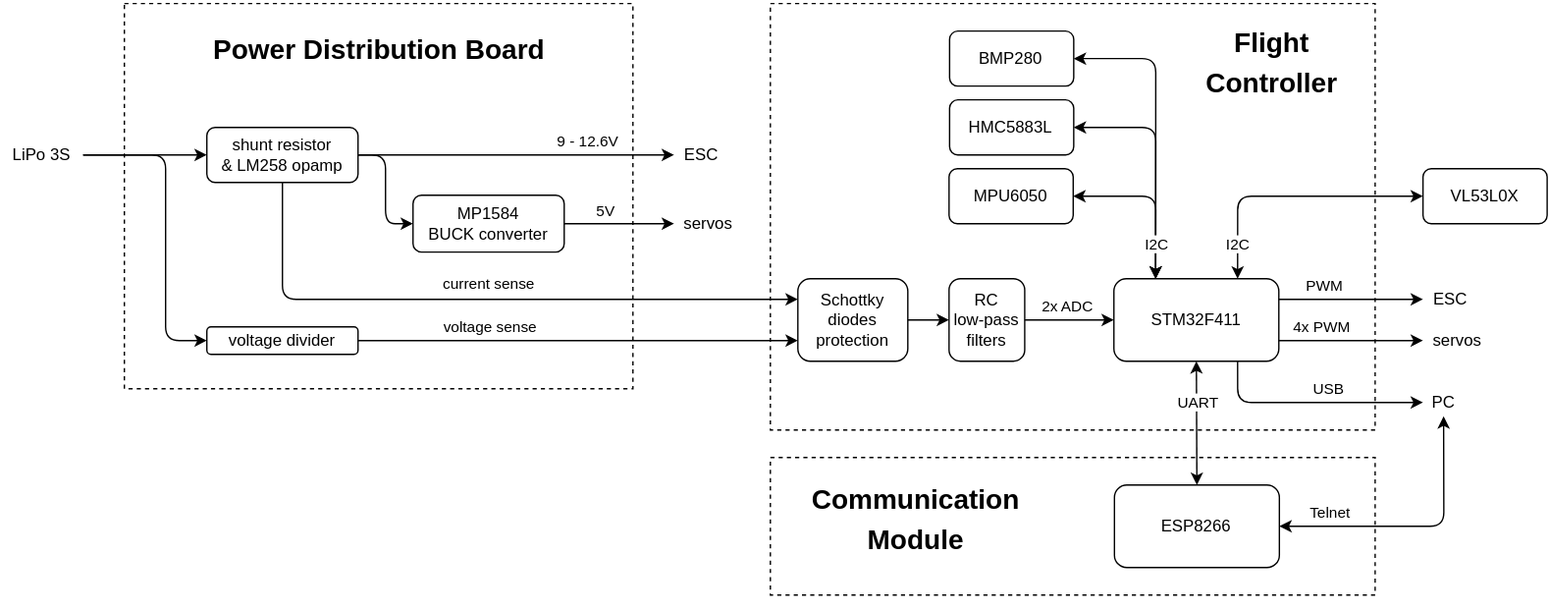
Eryk-Mozdzen/uav-tvc-goose keeps this draw.io diagram as docs/electronics_diagram.drawio.svg. Above is the earlier version. Source tidied: cells renumbered, new cells last; positions are measured from the earlier drawing's top-left corner, leaving out a move shared by most shapes.
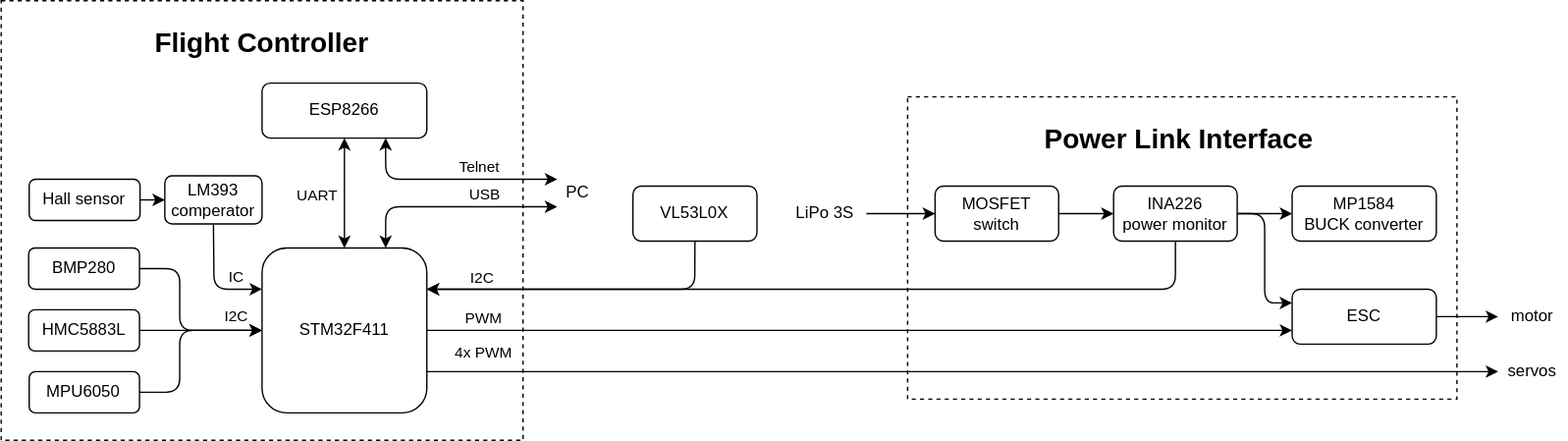
After the commit.

Change to the diagram source:
```diff
@@ -3,229 +3,194 @@
     <mxCell id="0" />
     <mxCell id="1" parent="0" />
     <mxCell id="2" style="rounded=0;whiteSpace=wrap;html=1;dashed=1;" parent="1" vertex="1">
-      <mxGeometry x="90" width="370" height="280" as="geometry" />
+      <mxGeometry x="500" y="170" width="400" height="220" as="geometry" />
     </mxCell>
     <mxCell id="3" style="rounded=0;whiteSpace=wrap;html=1;dashed=1;" parent="1" vertex="1">
-      <mxGeometry x="560" width="440" height="310" as="geometry" />
+      <mxGeometry x="-160" y="100" width="380" height="320" as="geometry" />
     </mxCell>
-    <mxCell id="4" style="rounded=0;whiteSpace=wrap;html=1;dashed=1;" parent="1" vertex="1">
-      <mxGeometry x="560" y="330" width="440" height="100" as="geometry" />
-    </mxCell>
     <mxCell id="5" value="STM32F411" style="rounded=1;whiteSpace=wrap;html=1;" parent="1" vertex="1">
-      <mxGeometry x="809.9" y="200" width="120" height="60" as="geometry" />
+      <mxGeometry x="29.9" y="280" width="120" height="120" as="geometry" />
     </mxCell>
     <mxCell id="6" value="ESP8266" style="rounded=1;whiteSpace=wrap;html=1;" parent="1" vertex="1">
-      <mxGeometry x="810.3" y="350" width="120" height="60" as="geometry" />
+      <mxGeometry x="29.9" y="160" width="120" height="40" as="geometry" />
     </mxCell>
-    <mxCell id="7" style="endArrow=classic;html=1;entryX=0;entryY=0.5;entryDx=0;entryDy=0;exitX=1;exitY=0.5;exitDx=0;exitDy=0;" parent="1" edge="1" source="28" target="26">
+    <mxCell id="7" style="endArrow=classic;html=1;exitX=1;exitY=0.5;exitDx=0;exitDy=0;entryX=0;entryY=0.5;entryDx=0;entryDy=0;" parent="1" edge="1" source="28" target="22">
       <mxGeometry relative="1" as="geometry" />
     </mxCell>
-    <mxCell id="8" value="9 - 12.6V" style="edgeLabel;html=1;align=center;verticalAlign=middle;" parent="7" vertex="1">
-      <mxGeometry x="0.37" y="-2" relative="1" as="geometry">
-        <mxPoint x="9" y="-12" as="offset" />
-      </mxGeometry>
-    </mxCell>
-    <mxCell id="9" style="endArrow=classic;html=1;entryX=0;entryY=0.5;entryDx=0;entryDy=0;exitX=1;exitY=0.25;exitDx=0;exitDy=0;" parent="1" edge="1" source="5" target="11">
+    <mxCell id="9" style="endArrow=classic;html=1;exitX=1;exitY=0.5;exitDx=0;exitDy=0;entryX=0;entryY=0.75;entryDx=0;entryDy=0;" parent="1" edge="1" source="5" target="63">
       <mxGeometry relative="1" as="geometry" />
     </mxCell>
     <mxCell id="10" value="PWM" style="edgeLabel;html=1;align=center;verticalAlign=middle;" parent="9" vertex="1">
       <mxGeometry x="-0.23" y="-1" relative="1" as="geometry">
-        <mxPoint x="-7" y="-11" as="offset" />
+        <mxPoint x="-201" y="-11" as="offset" />
       </mxGeometry>
     </mxCell>
-    <mxCell id="11" value="ESC" style="text;html=1;strokeColor=none;fillColor=none;align=center;verticalAlign=middle;whiteSpace=wrap;rounded=0;" parent="1" vertex="1">
-      <mxGeometry x="1034.8" y="200" width="40" height="30" as="geometry" />
-    </mxCell>
     <mxCell id="12" style="endArrow=classic;html=1;entryX=0;entryY=0.5;entryDx=0;entryDy=0;exitX=1;exitY=0.75;exitDx=0;exitDy=0;" parent="1" edge="1" source="5" target="14">
       <mxGeometry relative="1" as="geometry" />
     </mxCell>
     <mxCell id="13" value="4x PWM" style="edgeLabel;html=1;align=center;verticalAlign=middle;" parent="12" vertex="1">
       <mxGeometry x="0.34" y="1" relative="1" as="geometry">
-        <mxPoint x="-40" y="-9" as="offset" />
+        <mxPoint x="-483" y="-14" as="offset" />
       </mxGeometry>
     </mxCell>
     <mxCell id="14" value="servos" style="text;html=1;strokeColor=none;fillColor=none;align=center;verticalAlign=middle;whiteSpace=wrap;rounded=0;" parent="1" vertex="1">
-      <mxGeometry x="1034.8" y="230" width="50" height="30" as="geometry" />
+      <mxGeometry x="930" y="350" width="50" height="40" as="geometry" />
     </mxCell>
     <mxCell id="15" value="HMC5883L" style="rounded=1;whiteSpace=wrap;html=1;" parent="1" vertex="1">
-      <mxGeometry x="690.4" y="70" width="90.3" height="40" as="geometry" />
+      <mxGeometry x="-140" y="325" width="80.7" height="30" as="geometry" />
     </mxCell>
     <mxCell id="16" value="MPU6050" style="rounded=1;whiteSpace=wrap;html=1;" parent="1" vertex="1">
-      <mxGeometry x="690" y="120" width="90.3" height="40" as="geometry" />
+      <mxGeometry x="-139.6" y="370" width="80.3" height="30" as="geometry" />
     </mxCell>
-    <mxCell id="17" style="endArrow=classic;startArrow=classic;html=1;exitX=0.5;exitY=0;exitDx=0;exitDy=0;entryX=1;entryY=0.5;entryDx=0;entryDy=0;" parent="1" edge="1" target="16">
+    <mxCell id="17" style="endArrow=none;startArrow=classic;html=1;exitX=0;exitY=0.5;exitDx=0;exitDy=0;entryX=1;entryY=0.5;entryDx=0;entryDy=0;endFill=0;" parent="1" edge="1" source="5" target="16">
       <mxGeometry relative="1" as="geometry">
-        <mxPoint x="840.3" y="200" as="sourcePoint" />
         <Array as="points">
-          <mxPoint x="840.4" y="140" />
+          <mxPoint x="-30" y="340" />
+          <mxPoint x="-30" y="385" />
         </Array>
       </mxGeometry>
     </mxCell>
-    <mxCell id="18" style="endArrow=classic;startArrow=classic;html=1;exitX=0.5;exitY=0;exitDx=0;exitDy=0;entryX=1;entryY=0.5;entryDx=0;entryDy=0;" parent="1" edge="1" target="15">
+    <mxCell id="18" style="endArrow=none;startArrow=classic;html=1;exitX=0;exitY=0.5;exitDx=0;exitDy=0;entryX=1;entryY=0.5;entryDx=0;entryDy=0;endFill=0;" parent="1" edge="1" source="5" target="15">
       <mxGeometry relative="1" as="geometry">
-        <mxPoint x="840.3" y="200" as="sourcePoint" />
         <Array as="points">
-          <mxPoint x="840.4" y="90" />
+          <mxPoint x="-10" y="340" />
         </Array>
       </mxGeometry>
     </mxCell>
     <mxCell id="19" value="BMP280" style="rounded=1;whiteSpace=wrap;html=1;" parent="1" vertex="1">
-      <mxGeometry x="690.4" y="20" width="90.3" height="40" as="geometry" />
+      <mxGeometry x="-140" y="280" width="80.7" height="30" as="geometry" />
     </mxCell>
-    <mxCell id="20" style="endArrow=classic;startArrow=classic;html=1;exitX=0.5;exitY=0;exitDx=0;exitDy=0;entryX=1;entryY=0.5;entryDx=0;entryDy=0;" parent="1" edge="1" target="19">
+    <mxCell id="20" style="endArrow=none;startArrow=classic;html=1;exitX=0;exitY=0.5;exitDx=0;exitDy=0;entryX=1;entryY=0.5;entryDx=0;entryDy=0;startFill=1;endFill=0;" parent="1" edge="1" source="5" target="19">
       <mxGeometry relative="1" as="geometry">
-        <mxPoint x="840.3" y="200" as="sourcePoint" />
         <Array as="points">
-          <mxPoint x="840.4" y="40" />
+          <mxPoint x="-30" y="340" />
+          <mxPoint x="-30" y="295" />
         </Array>
       </mxGeometry>
     </mxCell>
-    <mxCell id="21" value="I2C" style="edgeLabel;html=1;align=center;verticalAlign=middle;" parent="20" vertex="1">
+    <mxCell id="21" value="I2C" style="edgeLabel;html=1;align=center;verticalAlign=middle;labelBackgroundColor=none;" parent="20" vertex="1">
       <mxGeometry x="0.44" relative="1" as="geometry">
-        <mxPoint y="133" as="offset" />
+        <mxPoint x="40" y="27" as="offset" />
       </mxGeometry>
     </mxCell>
     <mxCell id="22" value="&lt;div&gt;MP1584&lt;/div&gt;&lt;div&gt;BUCK converter&lt;/div&gt;" style="rounded=1;whiteSpace=wrap;html=1;" parent="1" vertex="1">
-      <mxGeometry x="300" y="139.4" width="110" height="41.2" as="geometry" />
+      <mxGeometry x="780" y="235" width="105" height="40" as="geometry" />
     </mxCell>
-    <mxCell id="23" style="edgeStyle=none;html=1;exitX=1;exitY=0.5;exitDx=0;exitDy=0;" parent="1" edge="1" source="22" target="27">
-      <mxGeometry relative="1" as="geometry" />
-    </mxCell>
-    <mxCell id="24" value="5V" style="edgeLabel;html=1;align=center;verticalAlign=middle;" parent="23" vertex="1">
-      <mxGeometry x="0.33" y="-1" relative="1" as="geometry">
-        <mxPoint x="-24" y="-10" as="offset" />
-      </mxGeometry>
-    </mxCell>
-    <mxCell id="25" style="endArrow=classic;html=1;entryX=0;entryY=0.5;entryDx=0;entryDy=0;exitX=1;exitY=0.5;exitDx=0;exitDy=0;" parent="1" edge="1" source="28" target="22">
-      <mxGeometry relative="1" as="geometry">
-        <Array as="points">
-          <mxPoint x="280" y="110" />
-          <mxPoint x="280" y="160" />
-        </Array>
-      </mxGeometry>
-    </mxCell>
-    <mxCell id="26" value="ESC" style="text;html=1;strokeColor=none;fillColor=none;align=center;verticalAlign=middle;whiteSpace=wrap;rounded=0;" parent="1" vertex="1">
-      <mxGeometry x="489.9" y="95" width="40" height="30" as="geometry" />
-    </mxCell>
-    <mxCell id="27" value="servos" style="text;html=1;strokeColor=none;fillColor=none;align=center;verticalAlign=middle;whiteSpace=wrap;rounded=0;" parent="1" vertex="1">
-      <mxGeometry x="489.9" y="145" width="50" height="30" as="geometry" />
-    </mxCell>
-    <mxCell id="28" value="shunt resistor&lt;br&gt;&amp;amp; LM258 opamp" style="rounded=1;whiteSpace=wrap;html=1;" parent="1" vertex="1">
-      <mxGeometry x="150" y="90" width="110" height="40" as="geometry" />
+    <mxCell id="28" value="INA226&lt;br&gt;power monitor" style="rounded=1;whiteSpace=wrap;html=1;" parent="1" vertex="1">
+      <mxGeometry x="650" y="235" width="90" height="40" as="geometry" />
     </mxCell>
-    <mxCell id="29" style="endArrow=classic;html=1;entryX=0;entryY=0.5;entryDx=0;entryDy=0;exitX=1;exitY=0.5;exitDx=0;exitDy=0;" parent="1" edge="1" source="34" target="28">
+    <mxCell id="29" style="endArrow=classic;html=1;entryX=0;entryY=0.5;entryDx=0;entryDy=0;exitX=1;exitY=0.5;exitDx=0;exitDy=0;" parent="1" edge="1" source="34" target="57">
       <mxGeometry relative="1" as="geometry" />
     </mxCell>
-    <mxCell id="30" style="endArrow=classic;html=1;exitX=0.5;exitY=1;exitDx=0;exitDy=0;entryX=0;entryY=0.25;entryDx=0;entryDy=0;" parent="1" edge="1" source="28" target="49">
+    <mxCell id="30" style="endArrow=classic;html=1;entryX=1;entryY=0.25;entryDx=0;entryDy=0;startArrow=none;startFill=0;exitX=0.5;exitY=1;exitDx=0;exitDy=0;endFill=1;" parent="1" edge="1" source="28" target="5">
       <mxGeometry relative="1" as="geometry">
         <Array as="points">
-          <mxPoint x="205" y="215" />
+          <mxPoint x="695" y="310" />
         </Array>
       </mxGeometry>
     </mxCell>
-    <mxCell id="31" value="current sense" style="edgeLabel;html=1;align=center;verticalAlign=middle;fontSize=11;" parent="30" vertex="1">
+    <mxCell id="31" value="I2C" style="edgeLabel;html=1;align=center;verticalAlign=middle;fontSize=11;" parent="30" vertex="1">
       <mxGeometry x="0.55" y="-1" relative="1" as="geometry">
-        <mxPoint x="-121" y="-12" as="offset" />
+        <mxPoint x="-92" y="-8" as="offset" />
       </mxGeometry>
     </mxCell>
-    <mxCell id="32" style="endArrow=classic;startArrow=classic;html=1;exitX=0.5;exitY=1;exitDx=0;exitDy=0;entryX=0.5;entryY=0;entryDx=0;entryDy=0;" parent="1" edge="1" source="5" target="6">
+    <mxCell id="32" style="endArrow=classic;startArrow=classic;html=1;exitX=0.5;exitY=0;exitDx=0;exitDy=0;entryX=0.5;entryY=1;entryDx=0;entryDy=0;" parent="1" edge="1" source="5" target="6">
       <mxGeometry relative="1" as="geometry" />
     </mxCell>
     <mxCell id="33" value="UART" style="edgeLabel;html=1;align=center;verticalAlign=middle;" parent="32" vertex="1">
       <mxGeometry x="0.11" relative="1" as="geometry">
-        <mxPoint y="-20" as="offset" />
+        <mxPoint x="-20" y="5" as="offset" />
       </mxGeometry>
     </mxCell>
     <mxCell id="34" value="LiPo 3S" style="text;html=1;strokeColor=none;fillColor=none;align=center;verticalAlign=middle;whiteSpace=wrap;rounded=0;dashed=1;" parent="1" vertex="1">
-      <mxGeometry y="95" width="60" height="30" as="geometry" />
+      <mxGeometry x="410" y="240" width="60" height="30" as="geometry" />
     </mxCell>
-    <mxCell id="35" value="voltage divider" style="rounded=1;whiteSpace=wrap;html=1;" parent="1" vertex="1">
-      <mxGeometry x="150" y="235" width="110" height="20" as="geometry" />
-    </mxCell>
-    <mxCell id="36" style="endArrow=classic;html=1;exitX=1;exitY=0.5;exitDx=0;exitDy=0;entryX=0;entryY=0.5;entryDx=0;entryDy=0;" parent="1" edge="1" source="34" target="35">
-      <mxGeometry relative="1" as="geometry">
-        <Array as="points">
-          <mxPoint x="120" y="110" />
-          <mxPoint x="120" y="245" />
-        </Array>
-      </mxGeometry>
-    </mxCell>
-    <mxCell id="37" style="endArrow=classic;html=1;exitX=1;exitY=0.5;exitDx=0;exitDy=0;entryX=0;entryY=0.75;entryDx=0;entryDy=0;" parent="1" edge="1" source="35" target="49">
-      <mxGeometry relative="1" as="geometry" />
-    </mxCell>
-    <mxCell id="38" value="voltage sense" style="edgeLabel;html=1;align=center;verticalAlign=middle;fontSize=11;" parent="37" vertex="1">
-      <mxGeometry x="-0.26" y="1" relative="1" as="geometry">
-        <mxPoint x="-23" y="-9" as="offset" />
-      </mxGeometry>
-    </mxCell>
-    <mxCell id="39" value="RC&lt;br&gt;low-pass filters" style="rounded=1;whiteSpace=wrap;html=1;" parent="1" vertex="1">
-      <mxGeometry x="690" y="200" width="55.1" height="60" as="geometry" />
-    </mxCell>
-    <mxCell id="40" style="endArrow=classic;html=1;exitX=1;exitY=0.5;exitDx=0;exitDy=0;entryX=0;entryY=0.5;entryDx=0;entryDy=0;" parent="1" edge="1" source="39" target="5">
-      <mxGeometry relative="1" as="geometry" />
-    </mxCell>
-    <mxCell id="41" value="2x ADC" style="edgeLabel;html=1;align=center;verticalAlign=middle;" parent="40" vertex="1">
-      <mxGeometry x="-0.37" relative="1" as="geometry">
-        <mxPoint x="11" y="-10" as="offset" />
-      </mxGeometry>
-    </mxCell>
     <mxCell id="42" value="&lt;h1&gt;&lt;font style=&quot;font-size: 20px&quot;&gt;Flight Controller&lt;/font&gt;&lt;/h1&gt;" style="text;html=1;strokeColor=none;fillColor=none;spacing=5;spacingTop=-20;whiteSpace=wrap;overflow=hidden;rounded=0;dashed=1;align=center;" parent="1" vertex="1">
-      <mxGeometry x="870" y="7.5" width="110" height="65" as="geometry" />
+      <mxGeometry x="-70" y="110" width="200" height="42.5" as="geometry" />
     </mxCell>
-    <mxCell id="43" value="&lt;h1&gt;&lt;font style=&quot;font-size: 20px&quot;&gt;Power Distribution Board&lt;/font&gt;&lt;/h1&gt;" style="text;html=1;strokeColor=none;fillColor=none;spacing=5;spacingTop=-20;whiteSpace=wrap;overflow=hidden;rounded=0;dashed=1;" parent="1" vertex="1">
-      <mxGeometry x="150" y="12.5" width="260" height="40" as="geometry" />
+    <mxCell id="43" value="&lt;h1&gt;&lt;font style=&quot;font-size: 20px&quot;&gt;Power Link Interface&lt;/font&gt;&lt;/h1&gt;" style="text;html=1;strokeColor=none;fillColor=none;spacing=5;spacingTop=-20;whiteSpace=wrap;overflow=hidden;rounded=0;dashed=1;" parent="1" vertex="1">
+      <mxGeometry x="595" y="180" width="210" height="40" as="geometry" />
     </mxCell>
-    <mxCell id="44" value="&lt;h1&gt;&lt;font style=&quot;font-size: 20px&quot;&gt;Communication Module&lt;/font&gt;&lt;/h1&gt;" style="text;html=1;strokeColor=none;fillColor=none;spacing=5;spacingTop=-20;whiteSpace=wrap;overflow=hidden;rounded=0;dashed=1;align=center;" parent="1" vertex="1">
-      <mxGeometry x="580" y="340" width="172" height="100" as="geometry" />
-    </mxCell>
     <mxCell id="45" value="VL53L0X" style="rounded=1;whiteSpace=wrap;html=1;" parent="1" vertex="1">
-      <mxGeometry x="1034.8" y="120" width="90.3" height="40" as="geometry" />
+      <mxGeometry x="300" y="235" width="90.3" height="40" as="geometry" />
     </mxCell>
-    <mxCell id="46" style="endArrow=classic;startArrow=classic;html=1;fontSize=11;entryX=0;entryY=0.5;entryDx=0;entryDy=0;exitX=0.75;exitY=0;exitDx=0;exitDy=0;" parent="1" edge="1" source="5" target="45">
-      <mxGeometry relative="1" as="geometry">
-        <Array as="points">
-          <mxPoint x="900" y="140" />
-        </Array>
-      </mxGeometry>
-    </mxCell>
-    <mxCell id="47" value="I2C" style="edgeLabel;html=1;align=center;verticalAlign=middle;fontSize=11;" parent="46" vertex="1">
-      <mxGeometry x="-0.64" relative="1" as="geometry">
-        <mxPoint y="10" as="offset" />
-      </mxGeometry>
-    </mxCell>
-    <mxCell id="48" style="edgeStyle=none;html=1;" parent="1" edge="1" source="49" target="39">
-      <mxGeometry relative="1" as="geometry" />
-    </mxCell>
-    <mxCell id="49" value="Schottky&lt;br&gt;diodes&lt;br&gt;protection" style="rounded=1;whiteSpace=wrap;html=1;" parent="1" vertex="1">
-      <mxGeometry x="580" y="200" width="80" height="60" as="geometry" />
-    </mxCell>
     <mxCell id="50" value="PC" style="text;html=1;strokeColor=none;fillColor=none;align=center;verticalAlign=middle;whiteSpace=wrap;rounded=0;" parent="1" vertex="1">
-      <mxGeometry x="1034.8" y="280" width="30" height="20" as="geometry" />
+      <mxGeometry x="244.8" y="220" width="30" height="40" as="geometry" />
     </mxCell>
-    <mxCell id="51" style="endArrow=classic;html=1;entryX=0;entryY=0.5;entryDx=0;entryDy=0;exitX=0.75;exitY=1;exitDx=0;exitDy=0;" parent="1" edge="1" source="5" target="50">
+    <mxCell id="51" style="endArrow=classic;html=1;entryX=0;entryY=0.75;entryDx=0;entryDy=0;exitX=0.75;exitY=0;exitDx=0;exitDy=0;startArrow=classic;startFill=1;" parent="1" edge="1" source="5" target="50">
       <mxGeometry relative="1" as="geometry">
         <Array as="points">
-          <mxPoint x="900" y="290" />
-          <mxPoint x="1020" y="290" />
+          <mxPoint x="120" y="250" />
         </Array>
       </mxGeometry>
     </mxCell>
     <mxCell id="52" value="USB" style="edgeLabel;html=1;align=center;verticalAlign=middle;" parent="51" vertex="1">
       <mxGeometry x="0.05" relative="1" as="geometry">
-        <mxPoint x="9" y="-10" as="offset" />
+        <mxPoint x="21" y="-10" as="offset" />
       </mxGeometry>
     </mxCell>
-    <mxCell id="53" style="endArrow=classic;startArrow=classic;html=1;exitX=1;exitY=0.5;exitDx=0;exitDy=0;entryX=0.5;entryY=1;entryDx=0;entryDy=0;" parent="1" edge="1" source="6" target="50">
+    <mxCell id="53" style="endArrow=classic;startArrow=classic;html=1;exitX=0.75;exitY=1;exitDx=0;exitDy=0;entryX=0;entryY=0.25;entryDx=0;entryDy=0;" parent="1" edge="1" source="6" target="50">
       <mxGeometry relative="1" as="geometry">
         <Array as="points">
-          <mxPoint x="1050" y="380" />
+          <mxPoint x="120" y="230" />
         </Array>
       </mxGeometry>
     </mxCell>
     <mxCell id="54" value="Telnet" style="edgeLabel;html=1;align=center;verticalAlign=middle;" parent="53" vertex="1">
       <mxGeometry x="-0.23" y="1" relative="1" as="geometry">
-        <mxPoint x="-41" y="-9" as="offset" />
+        <mxPoint x="38" y="-9" as="offset" />
       </mxGeometry>
     </mxCell>
+    <mxCell id="46" style="endArrow=none;startArrow=classic;html=1;exitX=1;exitY=0.25;exitDx=0;exitDy=0;entryX=0.5;entryY=1;entryDx=0;entryDy=0;endFill=0;" parent="1" edge="1" source="5" target="45">
+      <mxGeometry relative="1" as="geometry">
+        <Array as="points">
+          <mxPoint x="345" y="310" />
+        </Array>
+      </mxGeometry>
+    </mxCell>
+    <mxCell id="55" value="motor" style="text;html=1;strokeColor=none;fillColor=none;align=center;verticalAlign=middle;whiteSpace=wrap;rounded=0;" parent="1" vertex="1">
+      <mxGeometry x="930" y="315" width="50" height="30" as="geometry" />
+    </mxCell>
+    <mxCell id="56" style="endArrow=classic;html=1;exitX=1;exitY=0.5;exitDx=0;exitDy=0;entryX=0;entryY=0.5;entryDx=0;entryDy=0;" parent="1" edge="1" source="63" target="55">
+      <mxGeometry relative="1" as="geometry" />
+    </mxCell>
+    <mxCell id="57" value="MOSFET&lt;br&gt;switch" style="rounded=1;whiteSpace=wrap;html=1;" parent="1" vertex="1">
+      <mxGeometry x="520" y="235" width="90" height="40" as="geometry" />
+    </mxCell>
+    <mxCell id="58" style="endArrow=classic;html=1;entryX=0;entryY=0.5;entryDx=0;entryDy=0;exitX=1;exitY=0.5;exitDx=0;exitDy=0;" parent="1" edge="1" source="57" target="28">
+      <mxGeometry relative="1" as="geometry" />
+    </mxCell>
+    <mxCell id="59" style="edgeStyle=none;html=1;startArrow=classic;startFill=1;endArrow=none;endFill=0;entryX=1;entryY=0.5;entryDx=0;entryDy=0;" parent="1" edge="1" source="60" target="65">
+      <mxGeometry relative="1" as="geometry" />
+    </mxCell>
+    <mxCell id="60" value="LM393&lt;br&gt;comperator" style="rounded=1;whiteSpace=wrap;html=1;" parent="1" vertex="1">
+      <mxGeometry x="-40.8" y="227.5" width="70.8" height="35" as="geometry" />
+    </mxCell>
+    <mxCell id="61" style="endArrow=classic;html=1;entryX=0;entryY=0.25;entryDx=0;entryDy=0;exitX=0.5;exitY=1;exitDx=0;exitDy=0;" parent="1" edge="1" source="60" target="5">
+      <mxGeometry relative="1" as="geometry">
+        <Array as="points">
+          <mxPoint x="-5" y="310" />
+        </Array>
+      </mxGeometry>
+    </mxCell>
+    <mxCell id="62" value="IC" style="edgeLabel;html=1;align=center;verticalAlign=middle;" parent="61" vertex="1">
+      <mxGeometry x="0.66" y="2" relative="1" as="geometry">
+        <mxPoint x="-5" y="-8" as="offset" />
+      </mxGeometry>
+    </mxCell>
+    <mxCell id="63" value="ESC" style="rounded=1;whiteSpace=wrap;html=1;" parent="1" vertex="1">
+      <mxGeometry x="780" y="310" width="105" height="40" as="geometry" />
+    </mxCell>
+    <mxCell id="64" style="endArrow=classic;html=1;exitX=1;exitY=0.5;exitDx=0;exitDy=0;entryX=0;entryY=0.25;entryDx=0;entryDy=0;" parent="1" edge="1" source="28" target="63">
+      <mxGeometry relative="1" as="geometry">
+        <Array as="points">
+          <mxPoint x="760" y="255" />
+          <mxPoint x="760" y="320" />
+        </Array>
+      </mxGeometry>
+    </mxCell>
+    <mxCell id="65" value="Hall sensor" style="rounded=1;whiteSpace=wrap;html=1;" parent="1" vertex="1">
+      <mxGeometry x="-139.6" y="230" width="80.7" height="30" as="geometry" />
+    </mxCell>
   </root>
 </mxGraphModel>
```
